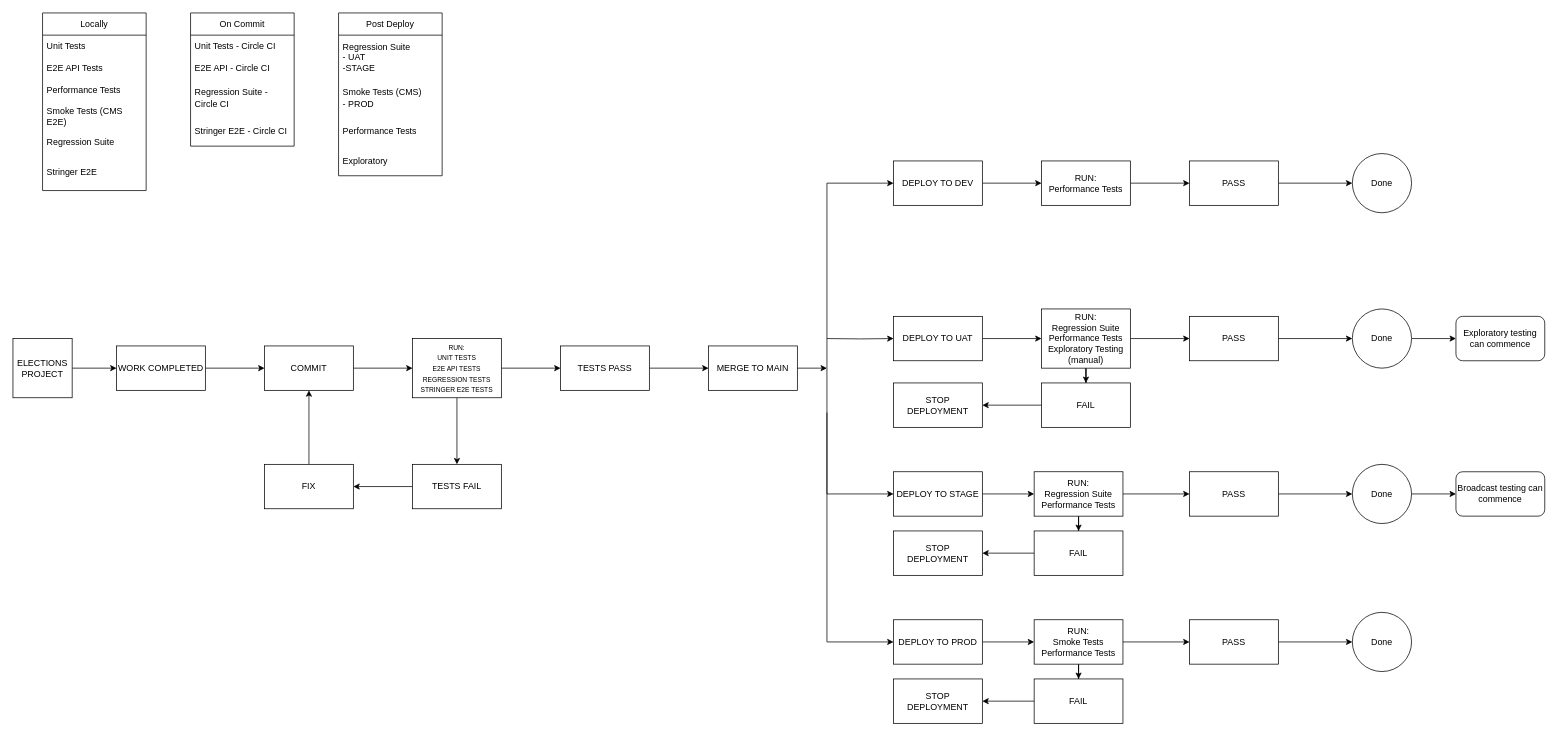
Before: When do the tests run.drawio in EmmaHawkins/test_flows, a draw.io diagram. Source tidied: cells renumbered, new cells numbered last; positions are measured from the earlier drawing's top-left corner, leaving out a move shared by most shapes. Both pictures are drawn from the tidied source at 74%, with x=0, y=0 at pixel (13, 13).
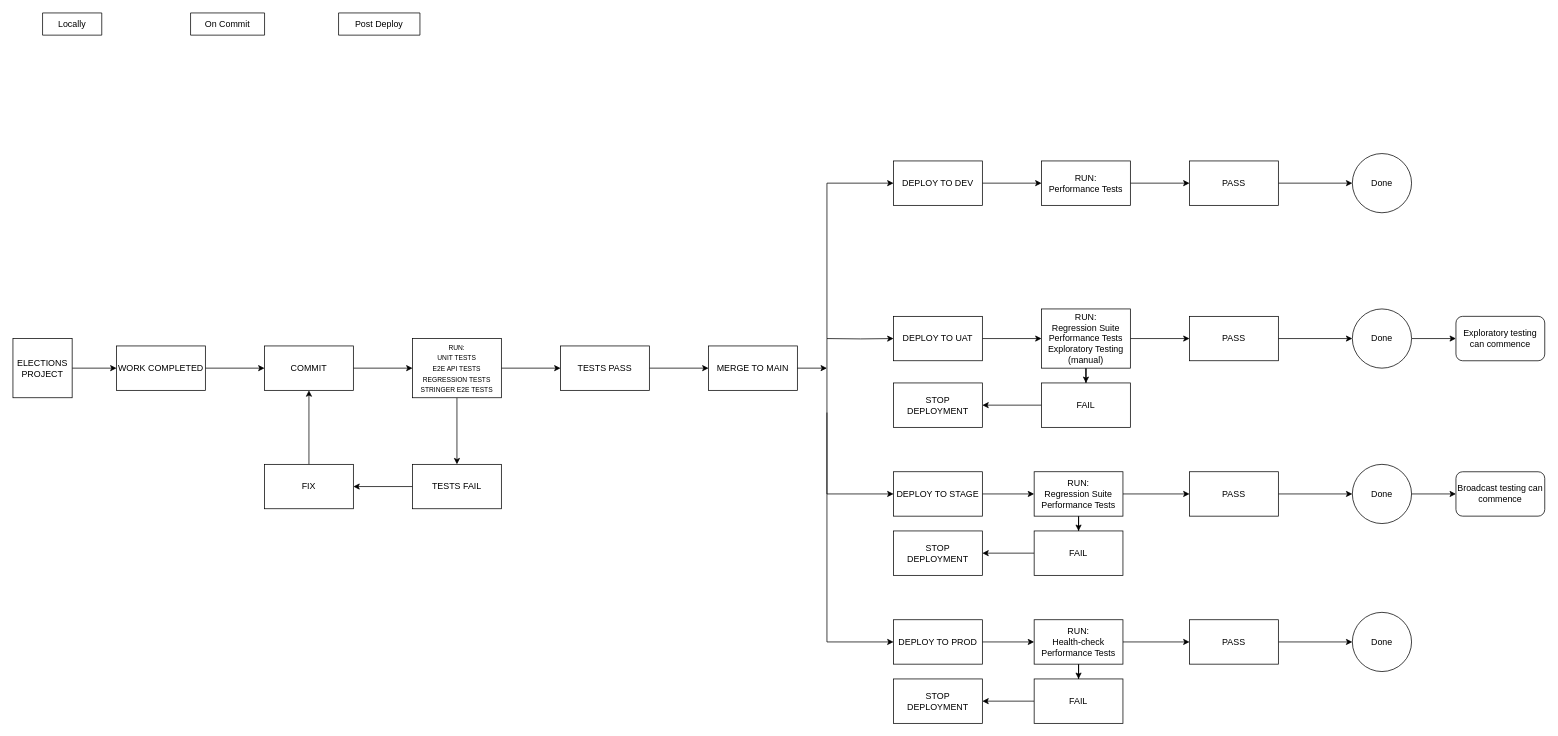
The same diagram, later.

What changed in the source:
```diff
@@
-    <mxCell id="2" value="Locally" style="swimlane;fontStyle=0;horizontal=1;startSize=30;whiteSpace=wrap;html=1;" parent="1" vertex="1">
-      <mxGeometry x="40" width="140" height="240" as="geometry" />
+    <mxCell id="2" value="Locally" style="swimlane;fontStyle=0;horizontal=1;startSize=30;whiteSpace=wrap;html=1;" parent="1" vertex="1" collapsed="1">
+      <mxGeometry x="40" width="80" height="30" as="geometry" />
     </mxCell>
-    <mxCell id="3" value="Unit Tests" style="text;strokeColor=none;fillColor=none;align=left;verticalAlign=middle;spacingLeft=4;spacingRight=4;overflow=hidden;whiteSpace=wrap;html=1;" parent="2" vertex="1">
-      <mxGeometry y="30" width="140" height="30" as="geometry" />
-    </mxCell>
-    <mxCell id="4" value="E2E API Tests" style="text;strokeColor=none;fillColor=none;align=left;verticalAlign=middle;spacingLeft=4;spacingRight=4;overflow=hidden;whiteSpace=wrap;html=1;" parent="2" vertex="1">
-      <mxGeometry y="60" width="140" height="30" as="geometry" />
-    </mxCell>
-    <mxCell id="5" value="Performance Tests" style="text;strokeColor=none;fillColor=none;align=left;verticalAlign=middle;spacingLeft=4;spacingRight=4;overflow=hidden;whiteSpace=wrap;html=1;" parent="2" vertex="1">
-      <mxGeometry y="90" width="140" height="30" as="geometry" />
-    </mxCell>
-    <mxCell id="6" value="Smoke Tests (CMS E2E)" style="text;strokeColor=none;fillColor=none;align=left;verticalAlign=middle;spacingLeft=4;spacingRight=4;overflow=hidden;whiteSpace=wrap;html=1;" parent="2" vertex="1">
-      <mxGeometry y="120" width="140" height="40" as="geometry" />
-    </mxCell>
-    <mxCell id="7" value="Regression Suite" style="text;strokeColor=none;fillColor=none;align=left;verticalAlign=middle;spacingLeft=4;spacingRight=4;overflow=hidden;whiteSpace=wrap;html=1;" parent="2" vertex="1">
-      <mxGeometry y="160" width="140" height="30" as="geometry" />
-    </mxCell>
-    <mxCell id="8" value="Stringer E2E" style="text;strokeColor=none;fillColor=none;align=left;verticalAlign=middle;spacingLeft=4;spacingRight=4;overflow=hidden;whiteSpace=wrap;html=1;" parent="2" vertex="1">
-      <mxGeometry y="190" width="140" height="50" as="geometry" />
-    </mxCell>
-    <mxCell id="9" value="On Commit" style="swimlane;fontStyle=0;horizontal=1;startSize=30;whiteSpace=wrap;html=1;" parent="1" vertex="1">
-      <mxGeometry x="240" width="140" height="180" as="geometry" />
+    <mxCell id="9" value="On Commit" style="swimlane;fontStyle=0;horizontal=1;startSize=30;whiteSpace=wrap;html=1;" parent="1" vertex="1" collapsed="1">
+      <mxGeometry x="240" width="100" height="30" as="geometry" />
     </mxCell>
-    <mxCell id="10" value="Unit Tests - Circle CI" style="text;strokeColor=none;fillColor=none;align=left;verticalAlign=middle;spacingLeft=4;spacingRight=4;overflow=hidden;whiteSpace=wrap;html=1;" parent="9" vertex="1">
-      <mxGeometry y="30" width="140" height="30" as="geometry" />
-    </mxCell>
-    <mxCell id="11" value="E2E API - Circle CI" style="text;strokeColor=none;fillColor=none;align=left;verticalAlign=middle;spacingLeft=4;spacingRight=4;overflow=hidden;whiteSpace=wrap;html=1;" parent="9" vertex="1">
-      <mxGeometry y="60" width="140" height="30" as="geometry" />
-    </mxCell>
-    <mxCell id="12" value="Regression Suite - Circle CI" style="text;strokeColor=none;fillColor=none;align=left;verticalAlign=middle;spacingLeft=4;spacingRight=4;overflow=hidden;whiteSpace=wrap;html=1;" parent="9" vertex="1">
-      <mxGeometry y="90" width="140" height="50" as="geometry" />
-    </mxCell>
-    <mxCell id="13" value="Stringer E2E - Circle CI" style="text;strokeColor=none;fillColor=none;align=left;verticalAlign=middle;spacingLeft=4;spacingRight=4;overflow=hidden;whiteSpace=wrap;html=1;" parent="9" vertex="1">
-      <mxGeometry y="140" width="140" height="40" as="geometry" />
-    </mxCell>
-    <mxCell id="14" value="Post Deploy" style="swimlane;fontStyle=0;horizontal=1;startSize=30;whiteSpace=wrap;html=1;" parent="1" vertex="1">
-      <mxGeometry x="440" width="140" height="220" as="geometry" />
+    <mxCell id="14" value="Post Deploy" style="swimlane;fontStyle=0;horizontal=1;startSize=30;whiteSpace=wrap;html=1;" parent="1" vertex="1" collapsed="1">
+      <mxGeometry x="440" width="110" height="30" as="geometry" />
     </mxCell>
-    <mxCell id="15" value="Regression Suite&lt;br&gt;- UAT&lt;br&gt;-STAGE" style="text;strokeColor=none;fillColor=none;align=left;verticalAlign=middle;spacingLeft=4;spacingRight=4;overflow=hidden;whiteSpace=wrap;html=1;" parent="14" vertex="1">
-      <mxGeometry y="30" width="140" height="60" as="geometry" />
-    </mxCell>
-    <mxCell id="16" value="Smoke Tests (CMS)&lt;br&gt;- PROD" style="text;strokeColor=none;fillColor=none;align=left;verticalAlign=middle;spacingLeft=4;spacingRight=4;overflow=hidden;whiteSpace=wrap;html=1;" parent="14" vertex="1">
-      <mxGeometry y="90" width="140" height="50" as="geometry" />
-    </mxCell>
-    <mxCell id="17" value="Performance Tests" style="text;strokeColor=none;fillColor=none;align=left;verticalAlign=middle;spacingLeft=4;spacingRight=4;overflow=hidden;whiteSpace=wrap;html=1;" parent="14" vertex="1">
-      <mxGeometry y="140" width="140" height="40" as="geometry" />
-    </mxCell>
-    <mxCell id="18" value="Exploratory" style="text;strokeColor=none;fillColor=none;align=left;verticalAlign=middle;spacingLeft=4;spacingRight=4;overflow=hidden;whiteSpace=wrap;html=1;" parent="14" vertex="1">
-      <mxGeometry y="180" width="140" height="40" as="geometry" />
-    </mxCell>
@@
-    <mxCell id="58" value="RUN:&lt;br style=&quot;border-color: var(--border-color);&quot;&gt;Smoke Tests&lt;br style=&quot;border-color: var(--border-color);&quot;&gt;Performance Tests" style="whiteSpace=wrap;html=1;" parent="1" vertex="1">
+    <mxCell id="58" value="RUN:&lt;br style=&quot;border-color: var(--border-color);&quot;&gt;Health-check&lt;br style=&quot;border-color: var(--border-color);&quot;&gt;Performance Tests" style="whiteSpace=wrap;html=1;" parent="1" vertex="1">
       <mxGeometry x="1380" y="820" width="120" height="60" as="geometry" />
     </mxCell>
```
